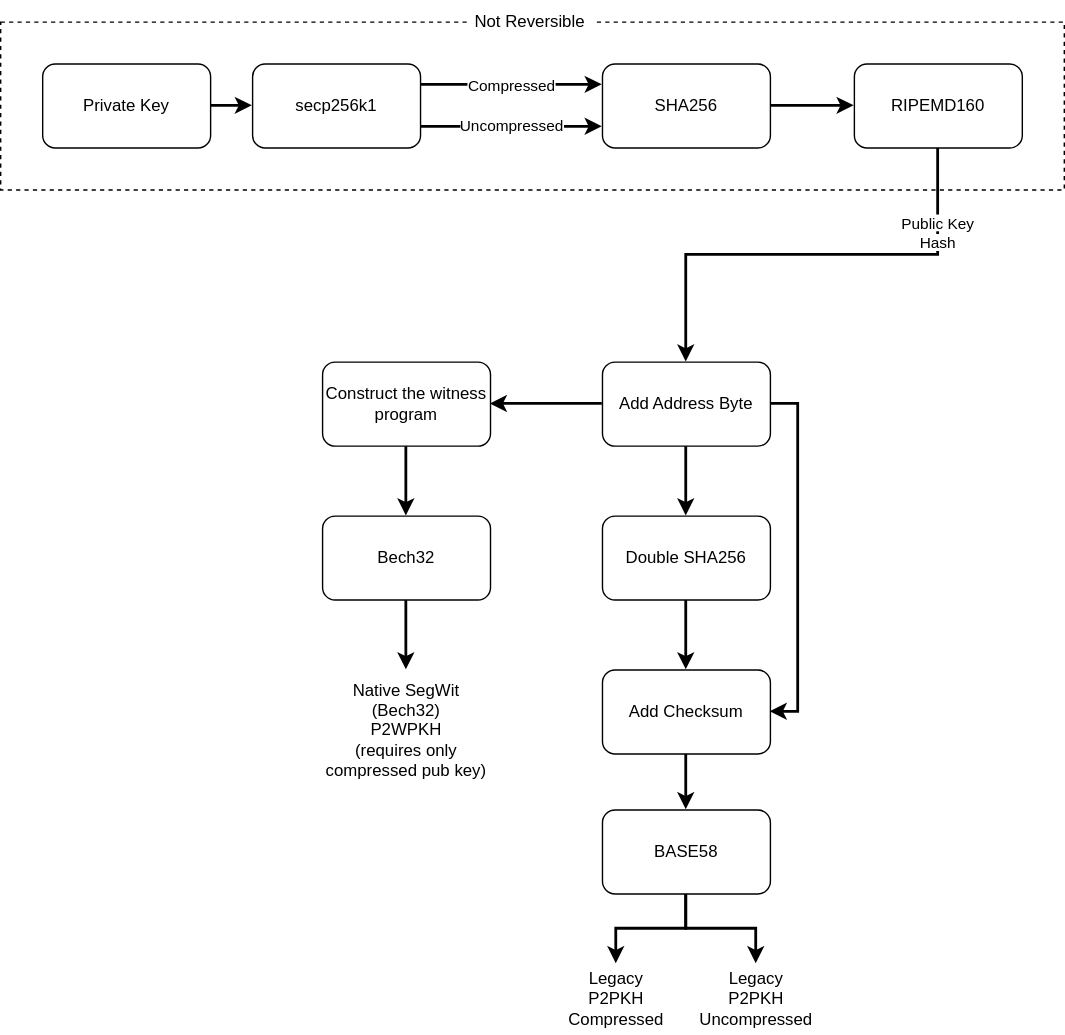
Earlier version of the draw.io export img/calc_by_address_types.drawio.svg (eztam-/BitCrackOSX). Source tidied: cells renumbered, new cells last; positions are measured from the earlier drawing's top-left corner, leaving out a move shared by most shapes. Source of this version:
```xml
<mxGraphModel background="#FFFFFF">
  <root>
    <mxCell id="0" />
    <mxCell id="1" parent="0" />
    <mxCell id="2" style="rounded=0;whiteSpace=wrap;html=1;dashed=1;labelBackgroundColor=none;" parent="1" vertex="1">
      <mxGeometry y="15" width="760" height="120" as="geometry" />
    </mxCell>
    <mxCell id="3" style="edgeStyle=orthogonalEdgeStyle;rounded=0;jettySize=auto;html=1;labelBackgroundColor=none;fontColor=default;strokeWidth=2;" parent="1" edge="1" source="4" target="11">
      <mxGeometry relative="1" as="geometry" />
    </mxCell>
    <mxCell id="4" value="Private Key" style="rounded=1;whiteSpace=wrap;html=1;labelBackgroundColor=none;" parent="1" vertex="1">
      <mxGeometry x="30" y="45" width="120" height="60" as="geometry" />
    </mxCell>
    <mxCell id="5" style="edgeStyle=orthogonalEdgeStyle;rounded=0;jettySize=auto;html=1;exitX=1;exitY=0.5;exitDx=0;exitDy=0;entryX=0;entryY=0.5;entryDx=0;entryDy=0;labelBackgroundColor=none;fontColor=default;startSize=6;strokeWidth=2;" parent="1" edge="1" source="6" target="13">
      <mxGeometry relative="1" as="geometry" />
    </mxCell>
    <mxCell id="6" value="SHA256" style="rounded=1;whiteSpace=wrap;html=1;labelBackgroundColor=none;" parent="1" vertex="1">
      <mxGeometry x="430" y="45" width="120" height="60" as="geometry" />
    </mxCell>
    <mxCell id="7" style="edgeStyle=orthogonalEdgeStyle;rounded=0;jettySize=auto;html=1;exitX=1;exitY=0.25;exitDx=0;exitDy=0;entryX=0;entryY=0.25;entryDx=0;entryDy=0;labelBackgroundColor=none;fontColor=default;startSize=6;strokeWidth=2;" parent="1" edge="1" source="11" target="6">
      <mxGeometry relative="1" as="geometry" />
    </mxCell>
    <mxCell id="8" value="Compressed" style="edgeLabel;html=1;align=center;verticalAlign=middle;" parent="7" vertex="1">
      <mxGeometry x="-0.01" y="-1" relative="1" as="geometry" />
    </mxCell>
    <mxCell id="9" style="edgeStyle=orthogonalEdgeStyle;rounded=0;jettySize=auto;html=1;exitX=1;exitY=0.75;exitDx=0;exitDy=0;entryX=0;entryY=0.75;entryDx=0;entryDy=0;labelBackgroundColor=none;fontColor=default;startSize=6;strokeWidth=2;" parent="1" edge="1" source="11" target="6">
      <mxGeometry relative="1" as="geometry" />
    </mxCell>
    <mxCell id="10" value="Uncompressed" style="edgeLabel;html=1;align=center;verticalAlign=middle;" parent="9" vertex="1">
      <mxGeometry x="-0.01" y="1" relative="1" as="geometry" />
    </mxCell>
    <mxCell id="11" value="secp256k1" style="rounded=1;whiteSpace=wrap;html=1;labelBackgroundColor=none;" parent="1" vertex="1">
      <mxGeometry x="180" y="45" width="120" height="60" as="geometry" />
    </mxCell>
    <mxCell id="12" style="edgeStyle=orthogonalEdgeStyle;rounded=0;jettySize=auto;html=1;labelBackgroundColor=none;fontColor=default;startSize=6;strokeWidth=2;exitX=0.5;exitY=1;exitDx=0;exitDy=0;" parent="1" edge="1" source="13" target="18">
      <mxGeometry relative="1" as="geometry" />
    </mxCell>
    <mxCell id="13" value="RIPEMD160" style="rounded=1;whiteSpace=wrap;html=1;labelBackgroundColor=none;" parent="1" vertex="1">
      <mxGeometry x="610" y="45" width="120" height="60" as="geometry" />
    </mxCell>
    <mxCell id="14" style="edgeStyle=orthogonalEdgeStyle;rounded=0;jettySize=auto;html=1;exitX=0.5;exitY=1;exitDx=0;exitDy=0;entryX=0.5;entryY=0;entryDx=0;entryDy=0;labelBackgroundColor=none;fontColor=default;strokeWidth=2;" parent="1" edge="1" source="18" target="20">
      <mxGeometry relative="1" as="geometry" />
    </mxCell>
    <mxCell id="15" style="edgeStyle=orthogonalEdgeStyle;rounded=0;jettySize=auto;html=1;exitX=1;exitY=0.5;exitDx=0;exitDy=0;entryX=1;entryY=0.5;entryDx=0;entryDy=0;labelBackgroundColor=none;fontColor=default;strokeWidth=2;" parent="1" edge="1" source="18" target="22">
      <mxGeometry relative="1" as="geometry" />
    </mxCell>
    <mxCell id="16" style="edgeStyle=orthogonalEdgeStyle;rounded=0;jettySize=auto;html=1;exitX=0.5;exitY=1;exitDx=0;exitDy=0;strokeWidth=2;" parent="1" edge="1" source="33" target="29">
      <mxGeometry relative="1" as="geometry" />
    </mxCell>
    <mxCell id="17" style="edgeStyle=orthogonalEdgeStyle;rounded=0;jettySize=auto;html=1;exitX=0;exitY=0.5;exitDx=0;exitDy=0;entryX=1;entryY=0.5;entryDx=0;entryDy=0;strokeWidth=2;" parent="1" edge="1" source="18" target="33">
      <mxGeometry relative="1" as="geometry" />
    </mxCell>
    <mxCell id="18" value="Add Address Byte" style="rounded=1;whiteSpace=wrap;html=1;labelBackgroundColor=none;" parent="1" vertex="1">
      <mxGeometry x="430" y="258" width="120" height="60" as="geometry" />
    </mxCell>
    <mxCell id="19" style="edgeStyle=orthogonalEdgeStyle;rounded=0;jettySize=auto;html=1;exitX=0.5;exitY=1;exitDx=0;exitDy=0;entryX=0.5;entryY=0;entryDx=0;entryDy=0;labelBackgroundColor=none;fontColor=default;strokeWidth=2;" parent="1" edge="1" source="20" target="22">
      <mxGeometry relative="1" as="geometry" />
    </mxCell>
    <mxCell id="20" value="Double SHA256" style="rounded=1;whiteSpace=wrap;html=1;labelBackgroundColor=none;" parent="1" vertex="1">
      <mxGeometry x="430" y="368" width="120" height="60" as="geometry" />
    </mxCell>
    <mxCell id="21" style="edgeStyle=orthogonalEdgeStyle;rounded=0;jettySize=auto;html=1;exitX=0.5;exitY=1;exitDx=0;exitDy=0;entryX=0.5;entryY=0;entryDx=0;entryDy=0;labelBackgroundColor=none;fontColor=default;strokeWidth=2;" parent="1" edge="1" source="22" target="25">
      <mxGeometry relative="1" as="geometry" />
    </mxCell>
    <mxCell id="22" value="Add Checksum" style="rounded=1;whiteSpace=wrap;html=1;labelBackgroundColor=none;" parent="1" vertex="1">
      <mxGeometry x="430" y="478" width="120" height="60" as="geometry" />
    </mxCell>
    <mxCell id="23" style="edgeStyle=orthogonalEdgeStyle;rounded=0;jettySize=auto;html=1;strokeWidth=2;" parent="1" edge="1" source="25" target="27">
      <mxGeometry relative="1" as="geometry" />
    </mxCell>
    <mxCell id="24" style="edgeStyle=orthogonalEdgeStyle;rounded=0;jettySize=auto;html=1;exitX=0.5;exitY=1;exitDx=0;exitDy=0;strokeWidth=2;" parent="1" edge="1" source="25" target="32">
      <mxGeometry relative="1" as="geometry" />
    </mxCell>
    <mxCell id="25" value="BASE58" style="rounded=1;whiteSpace=wrap;html=1;labelBackgroundColor=none;" parent="1" vertex="1">
      <mxGeometry x="430" y="578" width="120" height="60" as="geometry" />
    </mxCell>
    <mxCell id="26" value="Not Reversible&amp;nbsp;" style="text;html=1;whiteSpace=wrap;strokeColor=none;fillColor=default;align=center;verticalAlign=middle;rounded=0;labelBackgroundColor=none;" parent="1" vertex="1">
      <mxGeometry x="335" width="90" height="30" as="geometry" />
    </mxCell>
    <mxCell id="27" value="Legacy P2PKH&lt;br&gt;Compressed" style="text;html=1;whiteSpace=wrap;strokeColor=none;fillColor=none;align=center;verticalAlign=middle;rounded=0;" parent="1" vertex="1">
      <mxGeometry x="410" y="688" width="60" height="50" as="geometry" />
    </mxCell>
    <mxCell id="28" style="edgeStyle=orthogonalEdgeStyle;rounded=0;jettySize=auto;html=1;strokeWidth=2;" parent="1" edge="1" source="29" target="30">
      <mxGeometry relative="1" as="geometry" />
    </mxCell>
    <mxCell id="29" value="Bech32" style="rounded=1;whiteSpace=wrap;html=1;labelBackgroundColor=none;" parent="1" vertex="1">
      <mxGeometry x="230" y="368" width="120" height="60" as="geometry" />
    </mxCell>
    <mxCell id="30" value="&lt;div&gt;Native SegWit (Bech32)&lt;/div&gt;P2WPKH&lt;br&gt;(requires only compressed pub key)" style="text;html=1;whiteSpace=wrap;strokeColor=none;fillColor=none;align=center;verticalAlign=middle;rounded=0;" parent="1" vertex="1">
      <mxGeometry x="230" y="478" width="120" height="85" as="geometry" />
    </mxCell>
    <mxCell id="31" value="&lt;span style=&quot;color: rgb(0, 0, 0); font-family: Helvetica; font-size: 11px; font-style: normal; font-variant-ligatures: normal; font-variant-caps: normal; font-weight: 400; letter-spacing: normal; orphans: 2; text-indent: 0px; text-transform: none; widows: 2; word-spacing: 0px; -webkit-text-stroke-width: 0px; white-space: nowrap; background-color: rgb(255, 255, 255); text-decoration-thickness: initial; text-decoration-style: initial; text-decoration-color: initial; float: none; display: inline !important;&quot;&gt;Public Key&lt;br&gt;&lt;span style=&quot;background-color: light-dark(rgb(255, 255, 255), rgb(18, 18, 18)); color: light-dark(rgb(0, 0, 0), rgb(237, 237, 237));&quot;&gt;Hash&lt;/span&gt;&lt;/span&gt;" style="text;whiteSpace=wrap;html=1;align=center;" parent="1" vertex="1">
      <mxGeometry x="640" y="145" width="60" height="70" as="geometry" />
    </mxCell>
    <mxCell id="32" value="Legacy P2PKH&lt;br&gt;Uncompressed" style="text;html=1;whiteSpace=wrap;strokeColor=none;fillColor=none;align=center;verticalAlign=middle;rounded=0;" parent="1" vertex="1">
      <mxGeometry x="510" y="688" width="60" height="50" as="geometry" />
    </mxCell>
    <mxCell id="33" value="Construct the witness program" style="rounded=1;whiteSpace=wrap;html=1;labelBackgroundColor=none;" parent="1" vertex="1">
      <mxGeometry x="230" y="258" width="120" height="60" as="geometry" />
    </mxCell>
  </root>
</mxGraphModel>
```
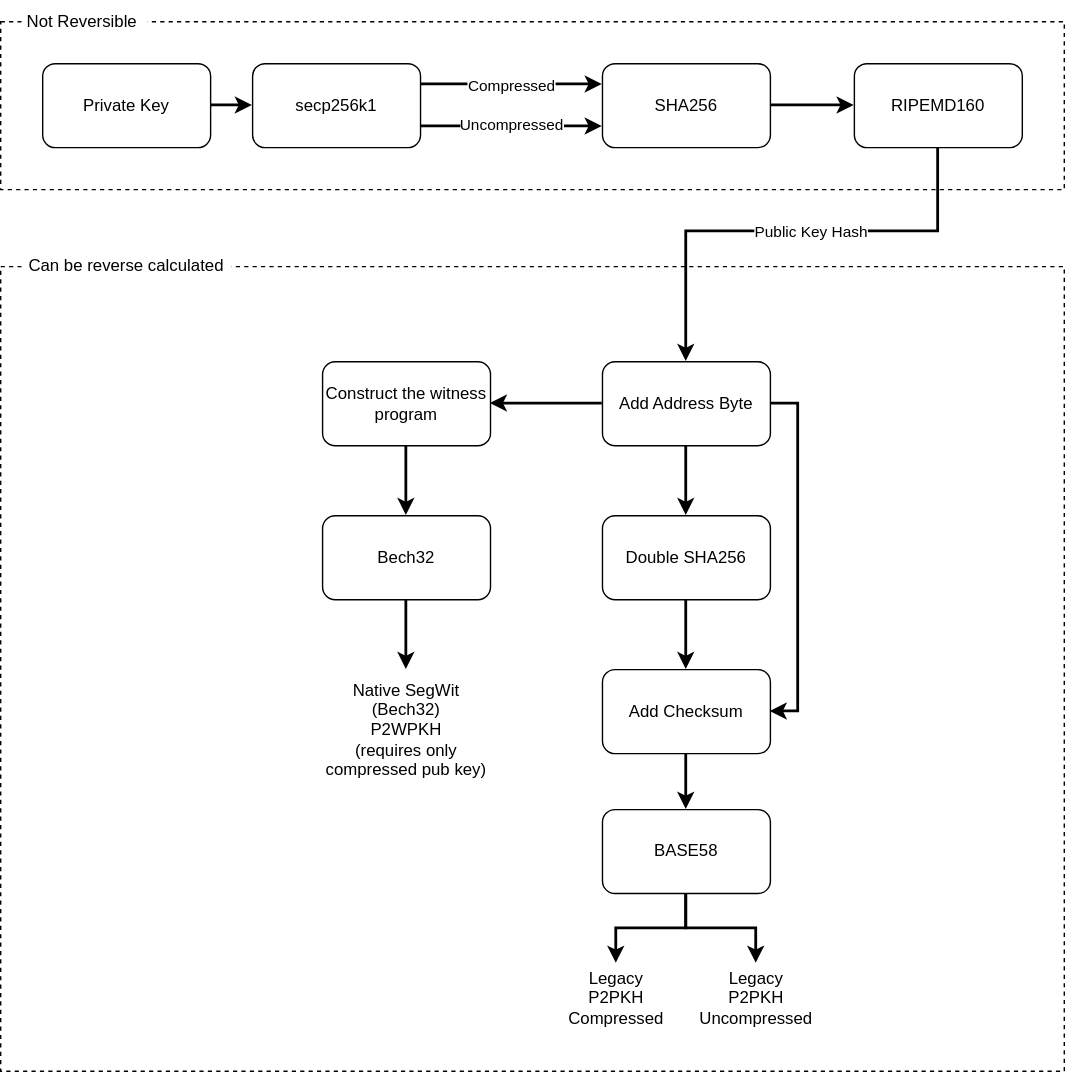
After the commit.

What changed in the source:
```diff
@@ -2,6 +2,12 @@
   <root>
     <mxCell id="0" />
     <mxCell id="1" parent="0" />
+    <mxCell id="34" style="rounded=0;whiteSpace=wrap;html=1;dashed=1;labelBackgroundColor=none;" parent="1" vertex="1">
+      <mxGeometry y="190" width="760" height="575" as="geometry" />
+    </mxCell>
+    <mxCell id="35" value="Can be reverse calculated" style="text;html=1;whiteSpace=wrap;strokeColor=none;fillColor=default;align=center;verticalAlign=middle;rounded=0;labelBackgroundColor=none;" parent="1" vertex="1">
+      <mxGeometry x="15" y="175" width="150" height="30" as="geometry" />
+    </mxCell>
     <mxCell id="2" style="rounded=0;whiteSpace=wrap;html=1;dashed=1;labelBackgroundColor=none;" parent="1" vertex="1">
       <mxGeometry y="15" width="760" height="120" as="geometry" />
     </mxCell>
@@ -33,8 +39,16 @@
       <mxGeometry x="180" y="45" width="120" height="60" as="geometry" />
     </mxCell>
     <mxCell id="12" style="edgeStyle=orthogonalEdgeStyle;rounded=0;jettySize=auto;html=1;labelBackgroundColor=none;fontColor=default;startSize=6;strokeWidth=2;exitX=0.5;exitY=1;exitDx=0;exitDy=0;" parent="1" edge="1" source="13" target="18">
-      <mxGeometry relative="1" as="geometry" />
+      <mxGeometry relative="1" as="geometry">
+        <Array as="points">
+          <mxPoint x="670" y="165" />
+          <mxPoint x="490" y="165" />
+        </Array>
+      </mxGeometry>
     </mxCell>
+    <mxCell id="31" value="Public Key&amp;nbsp;&lt;span style=&quot;color: light-dark(rgb(0, 0, 0), rgb(237, 237, 237)); background-color: light-dark(rgb(255, 255, 255), rgb(18, 18, 18));&quot;&gt;Hash&lt;/span&gt;" style="edgeLabel;html=1;align=center;verticalAlign=middle;" parent="12" vertex="1">
+      <mxGeometry x="-0.09" relative="1" as="geometry" />
+    </mxCell>
     <mxCell id="13" value="RIPEMD160" style="rounded=1;whiteSpace=wrap;html=1;labelBackgroundColor=none;" parent="1" vertex="1">
       <mxGeometry x="610" y="45" width="120" height="60" as="geometry" />
     </mxCell>
@@ -75,7 +89,7 @@
       <mxGeometry x="430" y="578" width="120" height="60" as="geometry" />
     </mxCell>
     <mxCell id="26" value="Not Reversible&amp;nbsp;" style="text;html=1;whiteSpace=wrap;strokeColor=none;fillColor=default;align=center;verticalAlign=middle;rounded=0;labelBackgroundColor=none;" parent="1" vertex="1">
-      <mxGeometry x="335" width="90" height="30" as="geometry" />
+      <mxGeometry x="15" width="90" height="30" as="geometry" />
     </mxCell>
     <mxCell id="27" value="Legacy P2PKH&lt;br&gt;Compressed" style="text;html=1;whiteSpace=wrap;strokeColor=none;fillColor=none;align=center;verticalAlign=middle;rounded=0;" parent="1" vertex="1">
       <mxGeometry x="410" y="688" width="60" height="50" as="geometry" />
@@ -89,9 +103,6 @@
     <mxCell id="30" value="&lt;div&gt;Native SegWit (Bech32)&lt;/div&gt;P2WPKH&lt;br&gt;(requires only compressed pub key)" style="text;html=1;whiteSpace=wrap;strokeColor=none;fillColor=none;align=center;verticalAlign=middle;rounded=0;" parent="1" vertex="1">
       <mxGeometry x="230" y="478" width="120" height="85" as="geometry" />
     </mxCell>
-    <mxCell id="31" value="&lt;span style=&quot;color: rgb(0, 0, 0); font-family: Helvetica; font-size: 11px; font-style: normal; font-variant-ligatures: normal; font-variant-caps: normal; font-weight: 400; letter-spacing: normal; orphans: 2; text-indent: 0px; text-transform: none; widows: 2; word-spacing: 0px; -webkit-text-stroke-width: 0px; white-space: nowrap; background-color: rgb(255, 255, 255); text-decoration-thickness: initial; text-decoration-style: initial; text-decoration-color: initial; float: none; display: inline !important;&quot;&gt;Public Key&lt;br&gt;&lt;span style=&quot;background-color: light-dark(rgb(255, 255, 255), rgb(18, 18, 18)); color: light-dark(rgb(0, 0, 0), rgb(237, 237, 237));&quot;&gt;Hash&lt;/span&gt;&lt;/span&gt;" style="text;whiteSpace=wrap;html=1;align=center;" parent="1" vertex="1">
-      <mxGeometry x="640" y="145" width="60" height="70" as="geometry" />
-    </mxCell>
     <mxCell id="32" value="Legacy P2PKH&lt;br&gt;Uncompressed" style="text;html=1;whiteSpace=wrap;strokeColor=none;fillColor=none;align=center;verticalAlign=middle;rounded=0;" parent="1" vertex="1">
       <mxGeometry x="510" y="688" width="60" height="50" as="geometry" />
     </mxCell>
```
